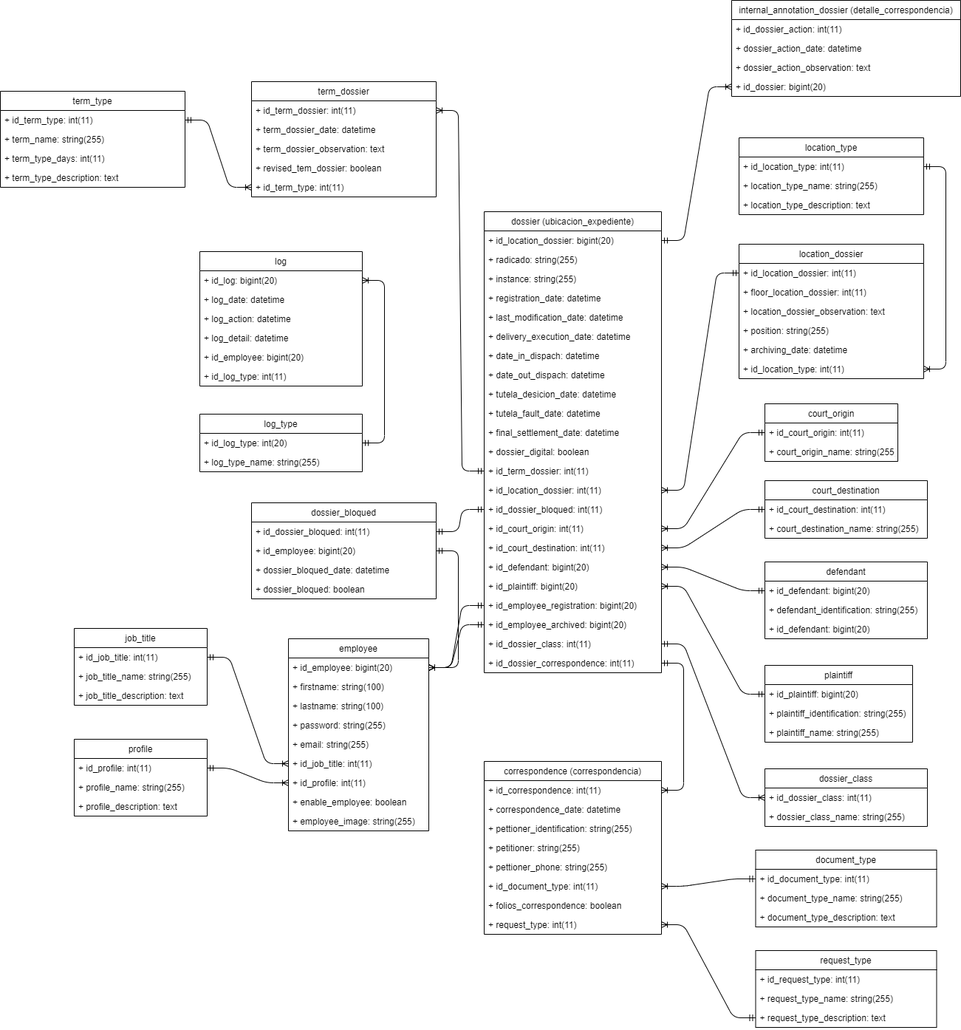
The draw.io diagram laborales/database/laborales.drawio.png in jonanv/ejecucion2, before a commit. Source tidied: cells renumbered, new cells last; positions are measured from the earlier drawing's top-left corner, leaving out a move shared by most shapes.
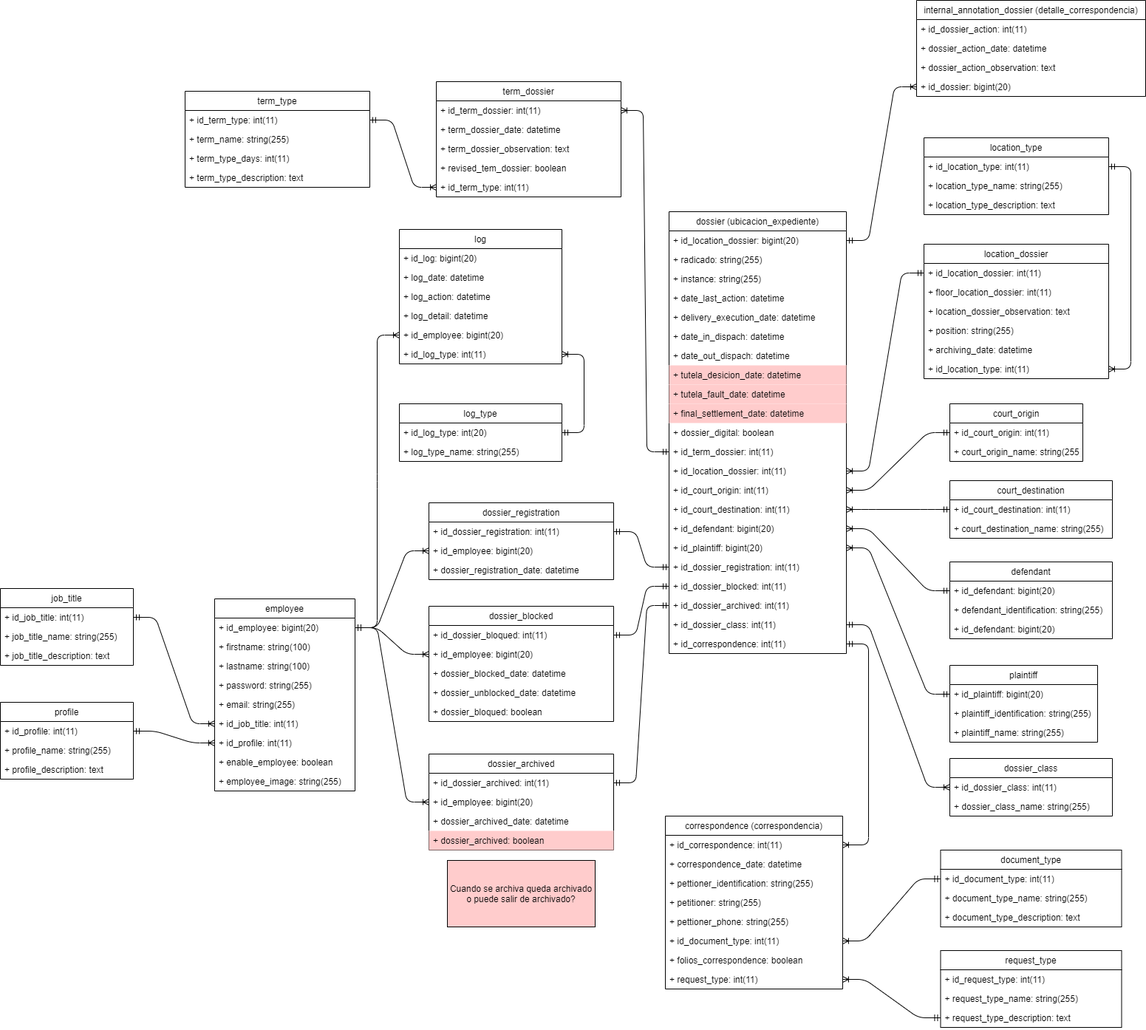
Later version of the same file.

Change to the diagram source:
```diff
@@ -5,3 +5,3 @@
     <mxCell id="2" value="employee" style="swimlane;fontStyle=0;horizontal=1;startSize=26;fillColor=none;" parent="1" vertex="1">
-      <mxGeometry x="390" y="864" width="190" height="260" as="geometry" />
+      <mxGeometry x="40" y="810" width="190" height="260" as="geometry" />
     </mxCell>
@@ -35,3 +35,3 @@
     <mxCell id="12" value="job_title" style="swimlane;fontStyle=0;horizontal=1;startSize=26;fillColor=none;" parent="1" vertex="1">
-      <mxGeometry x="100" y="850" width="180" height="104" as="geometry" />
+      <mxGeometry x="-250" y="796" width="180" height="104" as="geometry" />
     </mxCell>
@@ -50,3 +50,3 @@
     <mxCell id="17" value="profile" style="swimlane;fontStyle=0;horizontal=1;startSize=26;fillColor=none;" parent="1" vertex="1">
-      <mxGeometry x="100" y="1000" width="180" height="104" as="geometry" />
+      <mxGeometry x="-250" y="950" width="180" height="104" as="geometry" />
     </mxCell>
@@ -107,3 +107,3 @@
     <mxCell id="36" value="dossier (ubicacion_expediente)" style="swimlane;fontStyle=0;horizontal=1;startSize=26;fillColor=none;" parent="1" vertex="1">
-      <mxGeometry x="655" y="286" width="240" height="624" as="geometry" />
+      <mxGeometry x="655" y="286" width="240" height="598" as="geometry" />
     </mxCell>
@@ -118,61 +118,58 @@
     </mxCell>
-    <mxCell id="40" value="+ registration_date: datetime" style="text;strokeColor=none;fillColor=none;align=left;verticalAlign=top;spacingLeft=4;spacingRight=4;overflow=hidden;" parent="36" vertex="1">
-      <mxGeometry y="104" width="240" height="26" as="geometry" />
-    </mxCell>
-    <mxCell id="41" value="+ last_modification_date: datetime" style="text;strokeColor=none;fillColor=none;align=left;verticalAlign=top;spacingLeft=4;spacingRight=4;overflow=hidden;" parent="36" vertex="1">
-      <mxGeometry y="130" width="240" height="26" as="geometry" />
+    <mxCell id="41" value="+ date_last_action: datetime" style="text;strokeColor=none;fillColor=none;align=left;verticalAlign=top;spacingLeft=4;spacingRight=4;overflow=hidden;" parent="36" vertex="1">
+      <mxGeometry y="104" width="240" height="26" as="geometry" />
     </mxCell>
     <mxCell id="42" value="+ delivery_execution_date: datetime" style="text;strokeColor=none;fillColor=none;align=left;verticalAlign=top;spacingLeft=4;spacingRight=4;overflow=hidden;" parent="36" vertex="1">
-      <mxGeometry y="156" width="240" height="26" as="geometry" />
+      <mxGeometry y="130" width="240" height="26" as="geometry" />
     </mxCell>
     <mxCell id="43" value="+ date_in_dispach: datetime" style="text;strokeColor=none;fillColor=none;align=left;verticalAlign=top;spacingLeft=4;spacingRight=4;overflow=hidden;" parent="36" vertex="1">
-      <mxGeometry y="182" width="240" height="26" as="geometry" />
+      <mxGeometry y="156" width="240" height="26" as="geometry" />
     </mxCell>
     <mxCell id="44" value="+ date_out_dispach: datetime" style="text;strokeColor=none;fillColor=none;align=left;verticalAlign=top;spacingLeft=4;spacingRight=4;overflow=hidden;" parent="36" vertex="1">
-      <mxGeometry y="208" width="240" height="26" as="geometry" />
+      <mxGeometry y="182" width="240" height="26" as="geometry" />
     </mxCell>
-    <mxCell id="45" value="+ tutela_desicion_date: datetime" style="text;strokeColor=none;fillColor=none;align=left;verticalAlign=top;spacingLeft=4;spacingRight=4;overflow=hidden;" parent="36" vertex="1">
-      <mxGeometry y="234" width="240" height="26" as="geometry" />
+    <mxCell id="45" value="+ tutela_desicion_date: datetime" style="text;strokeColor=none;fillColor=#FFCCCC;align=left;verticalAlign=top;spacingLeft=4;spacingRight=4;overflow=hidden;" parent="36" vertex="1">
+      <mxGeometry y="208" width="240" height="26" as="geometry" />
     </mxCell>
-    <mxCell id="46" value="+ tutela_fault_date: datetime" style="text;strokeColor=none;fillColor=none;align=left;verticalAlign=top;spacingLeft=4;spacingRight=4;overflow=hidden;" parent="36" vertex="1">
-      <mxGeometry y="260" width="240" height="26" as="geometry" />
+    <mxCell id="46" value="+ tutela_fault_date: datetime" style="text;strokeColor=none;fillColor=#FFCCCC;align=left;verticalAlign=top;spacingLeft=4;spacingRight=4;overflow=hidden;" parent="36" vertex="1">
+      <mxGeometry y="234" width="240" height="26" as="geometry" />
     </mxCell>
-    <mxCell id="47" value="+ final_settlement_date: datetime" style="text;strokeColor=none;fillColor=none;align=left;verticalAlign=top;spacingLeft=4;spacingRight=4;overflow=hidden;" parent="36" vertex="1">
-      <mxGeometry y="286" width="240" height="26" as="geometry" />
+    <mxCell id="47" value="+ final_settlement_date: datetime" style="text;strokeColor=none;fillColor=#FFCCCC;align=left;verticalAlign=top;spacingLeft=4;spacingRight=4;overflow=hidden;" parent="36" vertex="1">
+      <mxGeometry y="260" width="240" height="26" as="geometry" />
     </mxCell>
     <mxCell id="48" value="+ dossier_digital: boolean" style="text;strokeColor=none;fillColor=none;align=left;verticalAlign=top;spacingLeft=4;spacingRight=4;overflow=hidden;" parent="36" vertex="1">
-      <mxGeometry y="312" width="240" height="26" as="geometry" />
+      <mxGeometry y="286" width="240" height="26" as="geometry" />
     </mxCell>
     <mxCell id="49" value="+ id_term_dossier: int(11)" style="text;strokeColor=none;fillColor=none;align=left;verticalAlign=top;spacingLeft=4;spacingRight=4;overflow=hidden;points=[[0,0.5],[1,0.5]];portConstraint=eastwest;" parent="36" vertex="1">
-      <mxGeometry y="338" width="240" height="26" as="geometry" />
+      <mxGeometry y="312" width="240" height="26" as="geometry" />
     </mxCell>
     <mxCell id="50" value="+ id_location_dossier: int(11)" style="text;strokeColor=none;fillColor=none;align=left;verticalAlign=top;spacingLeft=4;spacingRight=4;overflow=hidden;points=[[0,0.5],[1,0.5]];portConstraint=eastwest;" parent="36" vertex="1">
-      <mxGeometry y="364" width="240" height="26" as="geometry" />
+      <mxGeometry y="338" width="240" height="26" as="geometry" />
     </mxCell>
-    <mxCell id="51" value="+ id_dossier_bloqued: int(11)" style="text;strokeColor=none;fillColor=none;align=left;verticalAlign=top;spacingLeft=4;spacingRight=4;overflow=hidden;points=[[0,0.5],[1,0.5]];portConstraint=eastwest;" parent="36" vertex="1">
-      <mxGeometry y="390" width="240" height="26" as="geometry" />
-    </mxCell>
     <mxCell id="52" value="+ id_court_origin: int(11)" style="text;strokeColor=none;fillColor=none;align=left;verticalAlign=top;spacingLeft=4;spacingRight=4;overflow=hidden;points=[[0,0.5],[1,0.5]];portConstraint=eastwest;" parent="36" vertex="1">
-      <mxGeometry y="416" width="240" height="26" as="geometry" />
+      <mxGeometry y="364" width="240" height="26" as="geometry" />
     </mxCell>
     <mxCell id="53" value="+ id_court_destination: int(11)" style="text;strokeColor=none;fillColor=none;align=left;verticalAlign=top;spacingLeft=4;spacingRight=4;overflow=hidden;points=[[0,0.5],[1,0.5]];portConstraint=eastwest;" parent="36" vertex="1">
-      <mxGeometry y="442" width="240" height="26" as="geometry" />
+      <mxGeometry y="390" width="240" height="26" as="geometry" />
     </mxCell>
     <mxCell id="54" value="+ id_defendant: bigint(20)" style="text;strokeColor=none;fillColor=none;align=left;verticalAlign=top;spacingLeft=4;spacingRight=4;overflow=hidden;points=[[0,0.5],[1,0.5]];portConstraint=eastwest;" parent="36" vertex="1">
-      <mxGeometry y="468" width="240" height="26" as="geometry" />
+      <mxGeometry y="416" width="240" height="26" as="geometry" />
     </mxCell>
     <mxCell id="55" value="+ id_plaintiff: bigint(20)" style="text;strokeColor=none;fillColor=none;align=left;verticalAlign=top;spacingLeft=4;spacingRight=4;overflow=hidden;points=[[0,0.5],[1,0.5]];portConstraint=eastwest;" parent="36" vertex="1">
-      <mxGeometry y="494" width="240" height="26" as="geometry" />
+      <mxGeometry y="442" width="240" height="26" as="geometry" />
     </mxCell>
-    <mxCell id="56" value="+ id_employee_registration: bigint(20)" style="text;strokeColor=none;fillColor=none;align=left;verticalAlign=top;spacingLeft=4;spacingRight=4;overflow=hidden;points=[[0,0.5],[1,0.5]];portConstraint=eastwest;" parent="36" vertex="1">
-      <mxGeometry y="520" width="240" height="26" as="geometry" />
+    <mxCell id="56" value="+ id_dossier_registration: int(11)" style="text;strokeColor=none;fillColor=none;align=left;verticalAlign=top;spacingLeft=4;spacingRight=4;overflow=hidden;points=[[0,0.5],[1,0.5]];portConstraint=eastwest;" parent="36" vertex="1">
+      <mxGeometry y="468" width="240" height="26" as="geometry" />
     </mxCell>
-    <mxCell id="57" value="+ id_employee_archived: bigint(20)" style="text;strokeColor=none;fillColor=none;align=left;verticalAlign=top;spacingLeft=4;spacingRight=4;overflow=hidden;points=[[0,0.5],[1,0.5]];portConstraint=eastwest;" parent="36" vertex="1">
-      <mxGeometry y="546" width="240" height="26" as="geometry" />
-    </mxCell>
+    <mxCell id="51" value="+ id_dossier_blocked: int(11)" style="text;strokeColor=none;fillColor=none;align=left;verticalAlign=top;spacingLeft=4;spacingRight=4;overflow=hidden;points=[[0,0.5],[1,0.5]];portConstraint=eastwest;" parent="36" vertex="1">
+      <mxGeometry y="494" width="240" height="26" as="geometry" />
+    </mxCell>
+    <mxCell id="140" value="+ id_dossier_archived: int(11)" style="text;strokeColor=none;fillColor=none;align=left;verticalAlign=top;spacingLeft=4;spacingRight=4;overflow=hidden;points=[[0,0.5],[1,0.5]];portConstraint=eastwest;" parent="36" vertex="1">
+      <mxGeometry y="520" width="240" height="26" as="geometry" />
+    </mxCell>
     <mxCell id="58" value="+ id_dossier_class: int(11)" style="text;strokeColor=none;fillColor=none;align=left;verticalAlign=top;spacingLeft=4;spacingRight=4;overflow=hidden;points=[[0,0.5],[1,0.5]];portConstraint=eastwest;" parent="36" vertex="1">
-      <mxGeometry y="572" width="240" height="26" as="geometry" />
+      <mxGeometry y="546" width="240" height="26" as="geometry" />
     </mxCell>
-    <mxCell id="59" value="+ id_dossier_correspondence: int(11)" style="text;strokeColor=none;fillColor=none;align=left;verticalAlign=top;spacingLeft=4;spacingRight=4;overflow=hidden;points=[[0,0.5],[1,0.5]];portConstraint=eastwest;" parent="36" vertex="1">
-      <mxGeometry y="598" width="240" height="26" as="geometry" />
+    <mxCell id="59" value="+ id_correspondence: int(11)" style="text;strokeColor=none;fillColor=none;align=left;verticalAlign=top;spacingLeft=4;spacingRight=4;overflow=hidden;points=[[0,0.5],[1,0.5]];portConstraint=eastwest;" parent="36" vertex="1">
+      <mxGeometry y="572" width="240" height="26" as="geometry" />
     </mxCell>
@@ -190,3 +187,3 @@
     </mxCell>
-    <mxCell id="64" style="edgeStyle=entityRelationEdgeStyle;fontSize=12;html=1;endArrow=ERoneToMany;startArrow=ERmandOne;" parent="1" edge="1" source="57" target="3">
+    <mxCell id="64" style="edgeStyle=entityRelationEdgeStyle;fontSize=12;html=1;endArrow=ERoneToMany;startArrow=ERmandOne;" parent="1" edge="1" source="3" target="57">
       <mxGeometry relative="1" as="geometry" />
@@ -194,3 +191,3 @@
     <mxCell id="65" value="dossier_class" style="swimlane;fontStyle=0;horizontal=1;startSize=26;fillColor=none;" parent="1" vertex="1">
-      <mxGeometry x="1035" y="1040" width="220" height="78" as="geometry" />
+      <mxGeometry x="1035" y="1026" width="220" height="78" as="geometry" />
     </mxCell>
@@ -203,3 +200,3 @@
     <mxCell id="68" value="log" style="swimlane;fontStyle=0;horizontal=1;startSize=26;fillColor=none;" parent="1" vertex="1">
-      <mxGeometry x="270" y="340" width="220" height="182" as="geometry" />
+      <mxGeometry x="290" y="310" width="220" height="182" as="geometry" />
     </mxCell>
@@ -223,3 +220,3 @@
     </mxCell>
-    <mxCell id="75" style="edgeStyle=entityRelationEdgeStyle;fontSize=12;html=1;endArrow=ERoneToMany;startArrow=ERmandOne;" parent="1" edge="1" source="77" target="69">
+    <mxCell id="75" style="edgeStyle=entityRelationEdgeStyle;fontSize=12;html=1;endArrow=ERoneToMany;startArrow=ERmandOne;" parent="1" edge="1" source="77" target="74">
       <mxGeometry relative="1" as="geometry" />
@@ -227,3 +224,3 @@
     <mxCell id="76" value="log_type" style="swimlane;fontStyle=0;horizontal=1;startSize=26;fillColor=none;" parent="1" vertex="1">
-      <mxGeometry x="270" y="560" width="220" height="78" as="geometry" />
+      <mxGeometry x="290" y="546" width="220" height="78" as="geometry" />
     </mxCell>
@@ -335,3 +332,3 @@
     <mxCell id="112" value="correspondence (correspondencia)" style="swimlane;fontStyle=0;horizontal=1;startSize=26;fillColor=none;" parent="1" vertex="1">
-      <mxGeometry x="655" y="1030" width="240" height="234" as="geometry" />
+      <mxGeometry x="650" y="1104" width="240" height="234" as="geometry" />
     </mxCell>
@@ -379,10 +376,10 @@
     </mxCell>
-    <mxCell id="127" style="edgeStyle=entityRelationEdgeStyle;fontSize=12;html=1;endArrow=ERoneToMany;startArrow=ERmandOne;" parent="1" edge="1" source="56" target="3">
+    <mxCell id="127" style="edgeStyle=entityRelationEdgeStyle;fontSize=12;html=1;endArrow=ERoneToMany;startArrow=ERmandOne;" parent="1" edge="1" source="3" target="149">
       <mxGeometry relative="1" as="geometry" />
     </mxCell>
-    <mxCell id="128" style="edgeStyle=entityRelationEdgeStyle;fontSize=12;html=1;endArrow=ERoneToMany;startArrow=ERmandOne;" parent="1" edge="1" source="131" target="3">
+    <mxCell id="128" style="edgeStyle=entityRelationEdgeStyle;fontSize=12;html=1;endArrow=ERoneToMany;startArrow=ERmandOne;" parent="1" edge="1" source="3" target="131">
       <mxGeometry relative="1" as="geometry" />
     </mxCell>
-    <mxCell id="129" value="dossier_bloqued" style="swimlane;fontStyle=0;horizontal=1;startSize=26;fillColor=none;" parent="1" vertex="1">
-      <mxGeometry x="340" y="680" width="250" height="130" as="geometry" />
+    <mxCell id="129" value="dossier_blocked" style="swimlane;fontStyle=0;horizontal=1;startSize=26;fillColor=none;" parent="1" vertex="1">
+      <mxGeometry x="330" y="820" width="250" height="156" as="geometry" />
     </mxCell>
@@ -394,7 +391,10 @@
     </mxCell>
-    <mxCell id="132" value="+ dossier_bloqued_date: datetime" style="text;strokeColor=none;fillColor=none;align=left;verticalAlign=top;spacingLeft=4;spacingRight=4;overflow=hidden;" parent="129" vertex="1">
+    <mxCell id="132" value="+ dossier_blocked_date: datetime" style="text;strokeColor=none;fillColor=none;align=left;verticalAlign=top;spacingLeft=4;spacingRight=4;overflow=hidden;" parent="129" vertex="1">
       <mxGeometry y="78" width="250" height="26" as="geometry" />
     </mxCell>
+    <mxCell id="141" value="+ dossier_unblocked_date: datetime" style="text;strokeColor=none;fillColor=none;align=left;verticalAlign=top;spacingLeft=4;spacingRight=4;overflow=hidden;" parent="129" vertex="1">
+      <mxGeometry y="104" width="250" height="26" as="geometry" />
+    </mxCell>
     <mxCell id="133" value="+ dossier_bloqued: boolean" style="text;strokeColor=none;fillColor=none;align=left;verticalAlign=top;spacingLeft=4;spacingRight=4;overflow=hidden;" parent="129" vertex="1">
-      <mxGeometry y="104" width="250" height="26" as="geometry" />
+      <mxGeometry y="130" width="250" height="26" as="geometry" />
     </mxCell>
@@ -418,2 +418,41 @@
     </mxCell>
+    <mxCell id="142" value="dossier_archived" style="swimlane;fontStyle=0;horizontal=1;startSize=26;fillColor=none;" parent="1" vertex="1">
+      <mxGeometry x="330" y="1020" width="250" height="130" as="geometry" />
+    </mxCell>
+    <mxCell id="143" value="+ id_dossier_archived: int(11)" style="text;strokeColor=none;fillColor=none;align=left;verticalAlign=top;spacingLeft=4;spacingRight=4;overflow=hidden;points=[[0,0.5],[1,0.5]];portConstraint=eastwest;" parent="142" vertex="1">
+      <mxGeometry y="26" width="250" height="26" as="geometry" />
+    </mxCell>
+    <mxCell id="57" value="+ id_employee: bigint(20)" style="text;strokeColor=none;fillColor=none;align=left;verticalAlign=top;spacingLeft=4;spacingRight=4;overflow=hidden;points=[[0,0.5],[1,0.5]];portConstraint=eastwest;" parent="142" vertex="1">
+      <mxGeometry y="52" width="250" height="26" as="geometry" />
+    </mxCell>
+    <mxCell id="144" value="+ dossier_archived_date: datetime" style="text;strokeColor=none;fillColor=none;align=left;verticalAlign=top;spacingLeft=4;spacingRight=4;overflow=hidden;" parent="142" vertex="1">
+      <mxGeometry y="78" width="250" height="26" as="geometry" />
+    </mxCell>
+    <mxCell id="145" value="+ dossier_archived: boolean" style="text;strokeColor=none;fillColor=#FFCCCC;align=left;verticalAlign=top;spacingLeft=4;spacingRight=4;overflow=hidden;" parent="142" vertex="1">
+      <mxGeometry y="104" width="250" height="26" as="geometry" />
+    </mxCell>
+    <mxCell id="146" style="edgeStyle=entityRelationEdgeStyle;fontSize=12;html=1;endArrow=ERmandOne;startArrow=ERmandOne;" parent="1" edge="1" source="143" target="140">
+      <mxGeometry relative="1" as="geometry" />
+    </mxCell>
+    <mxCell id="147" value="dossier_registration" style="swimlane;fontStyle=0;horizontal=1;startSize=26;fillColor=none;" parent="1" vertex="1">
+      <mxGeometry x="330" y="680" width="250" height="104" as="geometry" />
+    </mxCell>
+    <mxCell id="148" value="+ id_dossier_registration: int(11)" style="text;strokeColor=none;fillColor=none;align=left;verticalAlign=top;spacingLeft=4;spacingRight=4;overflow=hidden;points=[[0,0.5],[1,0.5]];portConstraint=eastwest;" parent="147" vertex="1">
+      <mxGeometry y="26" width="250" height="26" as="geometry" />
+    </mxCell>
+    <mxCell id="149" value="+ id_employee: bigint(20)" style="text;strokeColor=none;fillColor=none;align=left;verticalAlign=top;spacingLeft=4;spacingRight=4;overflow=hidden;points=[[0,0.5],[1,0.5]];portConstraint=eastwest;" parent="147" vertex="1">
+      <mxGeometry y="52" width="250" height="26" as="geometry" />
+    </mxCell>
+    <mxCell id="150" value="+ dossier_registration_date: datetime" style="text;strokeColor=none;fillColor=none;align=left;verticalAlign=top;spacingLeft=4;spacingRight=4;overflow=hidden;" parent="147" vertex="1">
+      <mxGeometry y="78" width="250" height="26" as="geometry" />
+    </mxCell>
+    <mxCell id="151" style="edgeStyle=entityRelationEdgeStyle;fontSize=12;html=1;endArrow=ERmandOne;startArrow=ERmandOne;" parent="1" edge="1" source="148" target="56">
+      <mxGeometry relative="1" as="geometry" />
+    </mxCell>
+    <mxCell id="152" value="Cuando se archiva queda archivado o puede salir de archivado?" style="whiteSpace=wrap;html=1;align=center;fillColor=#FFCCCC;" parent="1" vertex="1">
+      <mxGeometry x="355" y="1164" width="200" height="90" as="geometry" />
+    </mxCell>
+    <mxCell id="153" style="edgeStyle=entityRelationEdgeStyle;fontSize=12;html=1;endArrow=ERoneToMany;startArrow=ERmandOne;" parent="1" edge="1" source="3" target="73">
+      <mxGeometry relative="1" as="geometry" />
+    </mxCell>
   </root>
```
